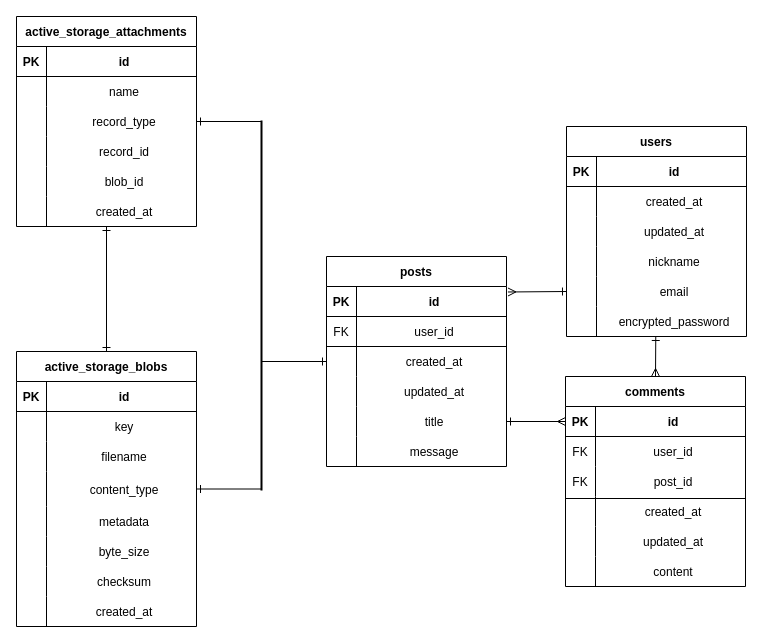
This is test.dio from kenji198834/famous-product, a draw.io file, before an edit. Source tidied: cells renumbered, new cells numbered last; positions are measured from the earlier drawing's top-left corner, leaving out a move shared by most shapes. Both pictures are drawn from the tidied source at 100%, with x=0, y=0 at pixel (16, 16).
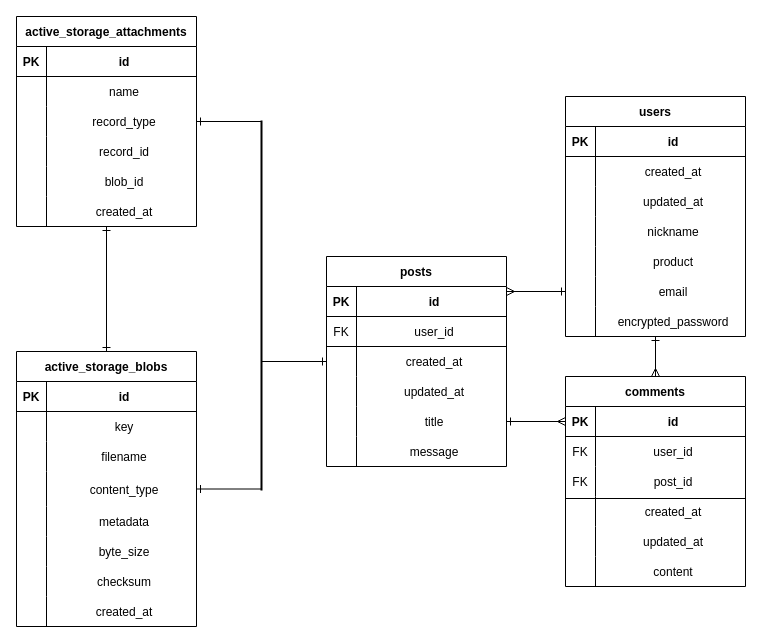
The same page after the edit.

Unchanged cells that the change refers to:
```xml
<mxCell id="50" style="shape=tableRow;horizontal=0;startSize=0;swimlaneHead=0;swimlaneBody=0;fillColor=none;points=[[0,0.5],[1,0.5]];portConstraint=eastwest;top=0;left=0;right=0;bottom=1;" parent="49" vertex="1">
  <mxGeometry y="30" width="180" height="30" as="geometry" />
</mxCell>
```

What changed in the source:
```diff
@@
     <mxCell id="93" value="users" style="shape=table;startSize=30;childLayout=tableLayout;rowLines=0;fontStyle=1;align=center;" parent="1" vertex="1">
-      <mxGeometry x="550" y="110" width="180" height="210" as="geometry" />
+      <mxGeometry x="549" y="80" width="180" height="240" as="geometry" />
     </mxCell>
@@
+    <mxCell id="113" style="shape=tableRow;horizontal=0;startSize=0;swimlaneHead=0;swimlaneBody=0;fillColor=none;top=0;left=0;right=0;bottom=0;" parent="93" vertex="1">
+      <mxGeometry y="150" width="180" height="30" as="geometry" />
+    </mxCell>
+    <mxCell id="114" style="shape=partialRectangle;fillColor=none;top=0;left=0;bottom=0;right=0;overflow=hidden;" parent="113" vertex="1">
+      <mxGeometry width="30" height="30" as="geometry" />
+    </mxCell>
+    <mxCell id="115" value="product" style="shape=partialRectangle;fillColor=none;top=0;left=0;bottom=0;right=0;align=center;spacingLeft=6;overflow=hidden;" parent="113" vertex="1">
+      <mxGeometry x="30" width="150" height="30" as="geometry" />
+    </mxCell>
     <mxCell id="106" style="shape=tableRow;horizontal=0;startSize=0;swimlaneHead=0;swimlaneBody=0;fillColor=none;points=[[0,0.5],[1,0.5]];portConstraint=eastwest;top=0;left=0;right=0;bottom=0;" parent="93" vertex="1">
-      <mxGeometry y="150" width="180" height="30" as="geometry" />
+      <mxGeometry y="180" width="180" height="30" as="geometry" />
     </mxCell>
@@
     <mxCell id="109" style="shape=tableRow;horizontal=0;startSize=0;swimlaneHead=0;swimlaneBody=0;fillColor=none;top=0;left=0;right=0;bottom=0;" parent="93" vertex="1">
-      <mxGeometry y="180" width="180" height="30" as="geometry" />
+      <mxGeometry y="210" width="180" height="30" as="geometry" />
     </mxCell>
@@
-    <mxCell id="112" style="edgeStyle=none;html=1;exitX=0;exitY=0.5;exitDx=0;exitDy=0;entryX=1.008;entryY=0.183;entryDx=0;entryDy=0;entryPerimeter=0;startArrow=ERone;startFill=0;endArrow=ERmany;endFill=0;" parent="1" edge="1" source="106" target="50">
-      <mxGeometry relative="1" as="geometry" />
-    </mxCell>
+    <mxCell id="116" style="edgeStyle=none;html=1;exitX=0;exitY=0.5;exitDx=0;exitDy=0;endArrow=ERmany;endFill=0;startArrow=ERone;startFill=0;" parent="1" edge="1" source="106">
+      <mxGeometry relative="1" as="geometry">
+        <mxPoint x="490" y="275" as="targetPoint" />
+      </mxGeometry>
+    </mxCell>
```
